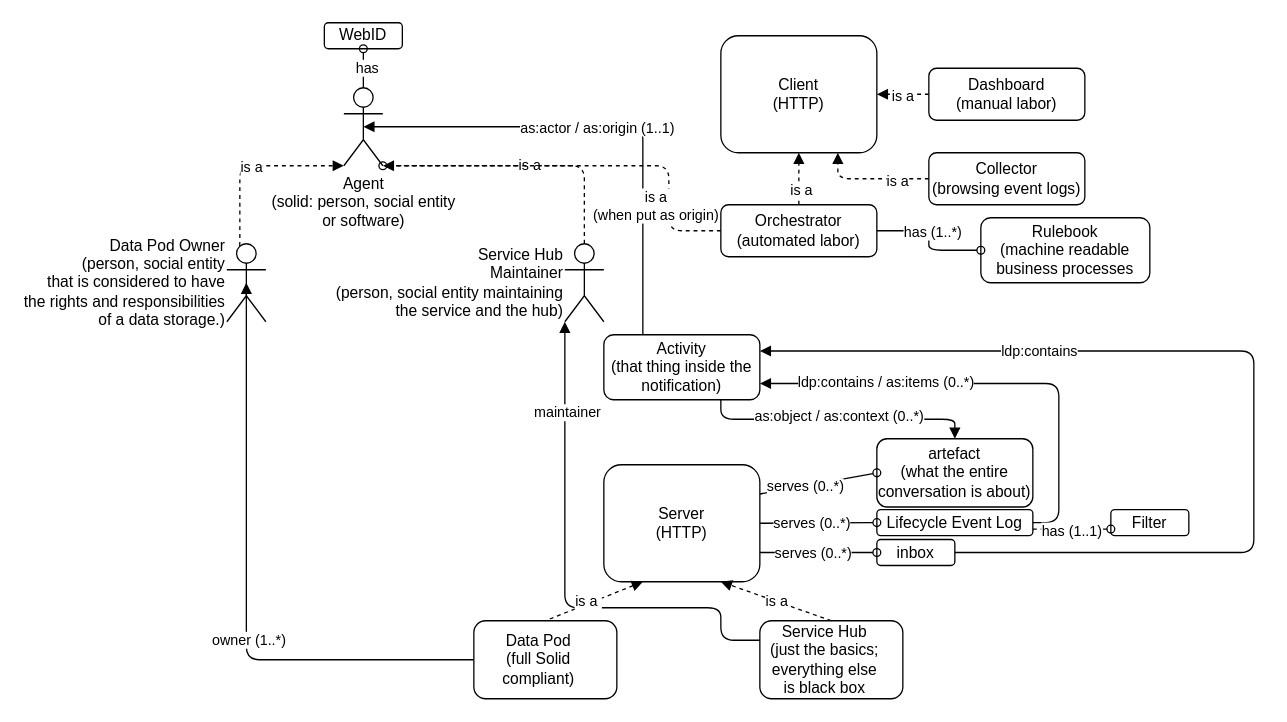
Earlier version of the draw.io diagram diagrams/terminology.drawio (MellonScholarlyCommunication/spec-overview). Source tidied: cells renumbered, new cells numbered last; positions are measured from the earlier drawing's top-left corner, leaving out a move shared by most shapes. Both pictures are drawn from the tidied source at 130%, with x=0, y=0 at pixel (226, 22).
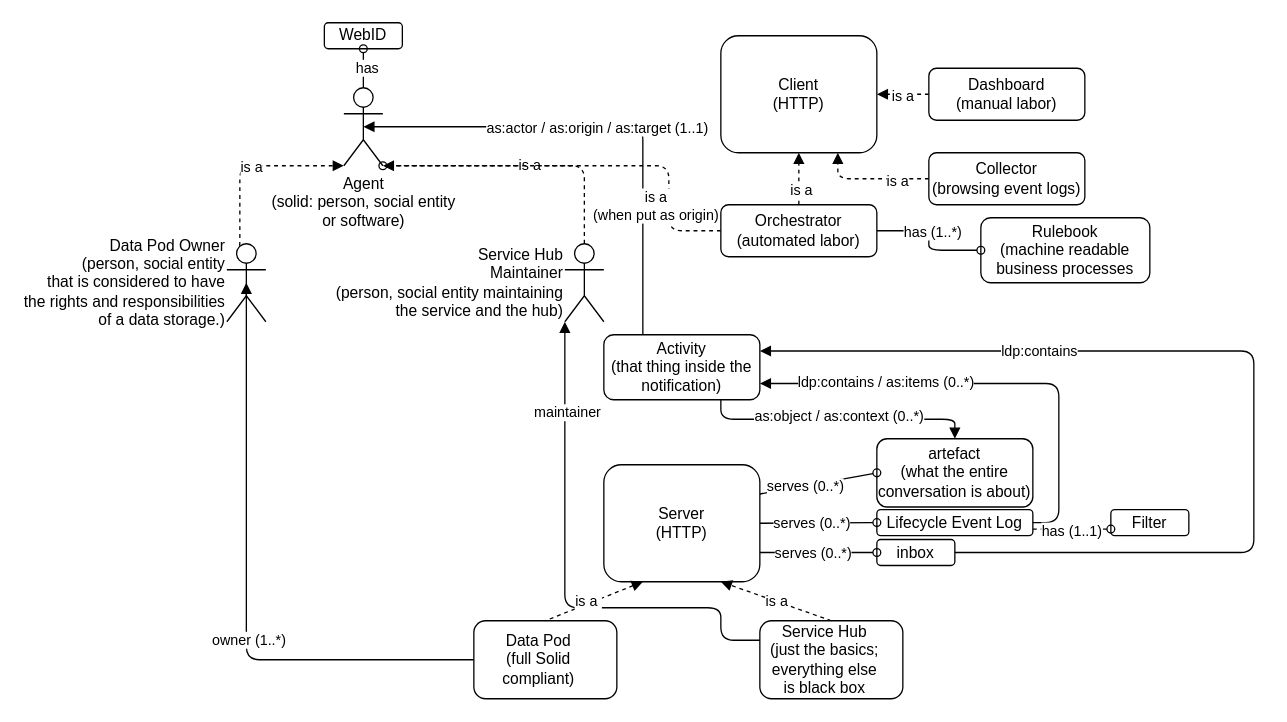
Above is the later version.

Commit message (it also covers changes not shown here):
Add target to terminology diagram

Unchanged cells that the change refers to:
```xml
<mxCell id="2" style="edgeStyle=orthogonalEdgeStyle;html=1;exitX=0.5;exitY=0.5;exitDx=0;exitDy=0;exitPerimeter=0;entryX=0.25;entryY=0;entryDx=0;entryDy=0;startArrow=block;startFill=1;endArrow=none;endFill=0;" parent="1" edge="1" source="6" target="35">
  <mxGeometry relative="1" as="geometry" />
</mxCell>
```

The edit, as a diff of the source:
```diff
@@
-    <mxCell id="3" value="as:actor / as:origin (1..1)" style="edgeLabel;html=1;align=center;verticalAlign=middle;" parent="2" vertex="1">
+    <mxCell id="3" value="as:actor / as:origin / as:target (1..1)" style="edgeLabel;html=1;align=center;verticalAlign=middle;" parent="2" vertex="1">
       <mxGeometry x="-0.1" relative="1" as="geometry">
         <mxPoint x="10" as="offset" />
       </mxGeometry>
     </mxCell>
```
